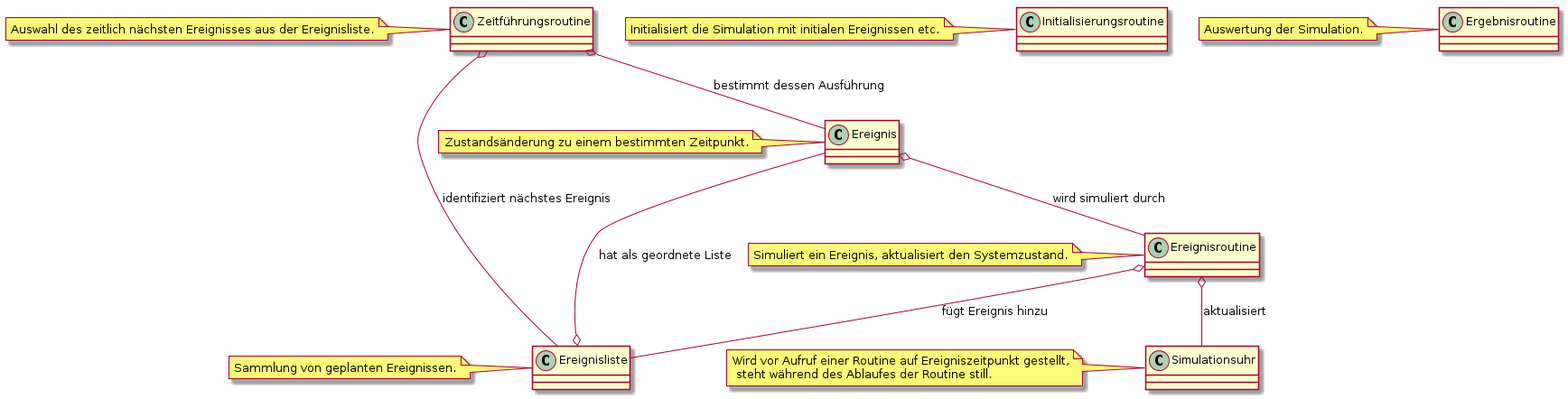
Above: Dokumentation/umlEreignisgesteuerteSim.png in MoritzKemp/notarzt-sim (PlantUML), before the change.
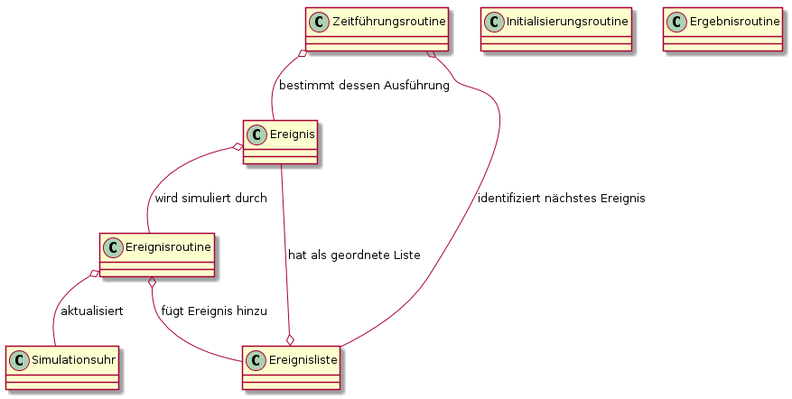
The same file after the commit.

Commit message:
add queue-sim uml

The edit, as a diff of the source:
```diff
@@ -1,24 +1,17 @@
 @startuml
 class Ereignis
-note left: Zustandsänderung zu einem bestimmten Zeitpunkt.
 
 class Ereignisroutine
-note left: Simuliert ein Ereignis, aktualisiert den Systemzustand.
 
 class Simulationsuhr
-note left: Wird vor Aufruf einer Routine auf Ereigniszeitpunkt gestellt,\n steht während des Ablaufes der Routine still.
 
 class Ereignisliste
-note left: Sammlung von geplanten Ereignissen.
 
 class Zeitführungsroutine
-note left: Auswahl des zeitlich nächsten Ereignisses aus der Ereignisliste.
 
 class Initialisierungsroutine
-note left: Initialisiert die Simulation mit initialen Ereignissen etc.
 
 class Ergebnisroutine
-note left: Auswertung der Simulation.
 
 Ereignisliste o-- Ereignis : hat als geordnete Liste
 Ereignis o-- Ereignisroutine : wird simuliert durch
```
